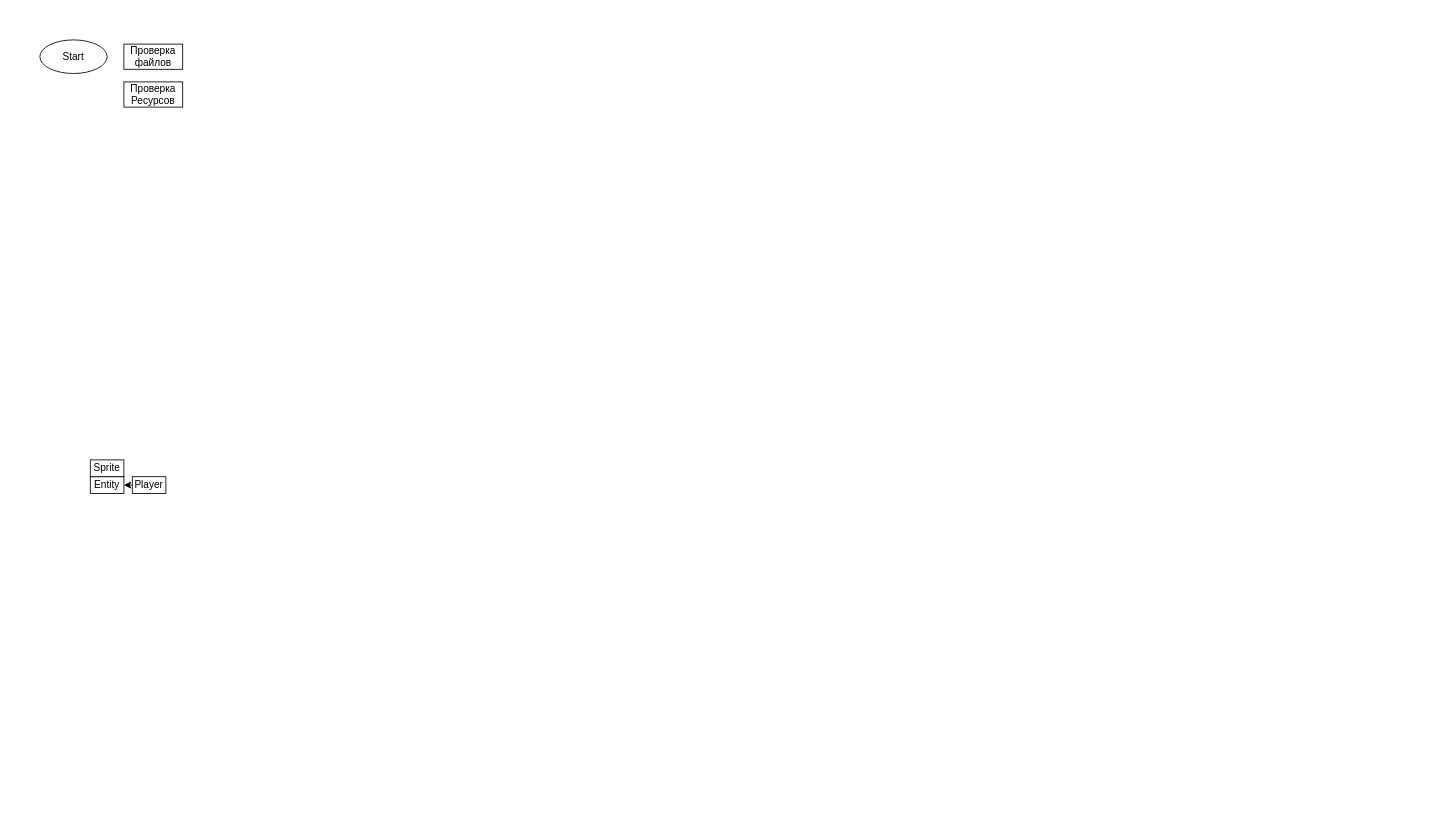
The draw.io diagram draw-io/logic.drawio in Niko-n-DEV/bevy_proj, before the edit. Source tidied: cells renumbered, new cells numbered last; positions are measured from the earlier drawing's top-left corner, leaving out a move shared by most shapes. Both pictures are drawn from the tidied source at 84%, with x=0, y=0 at pixel (39, 39).
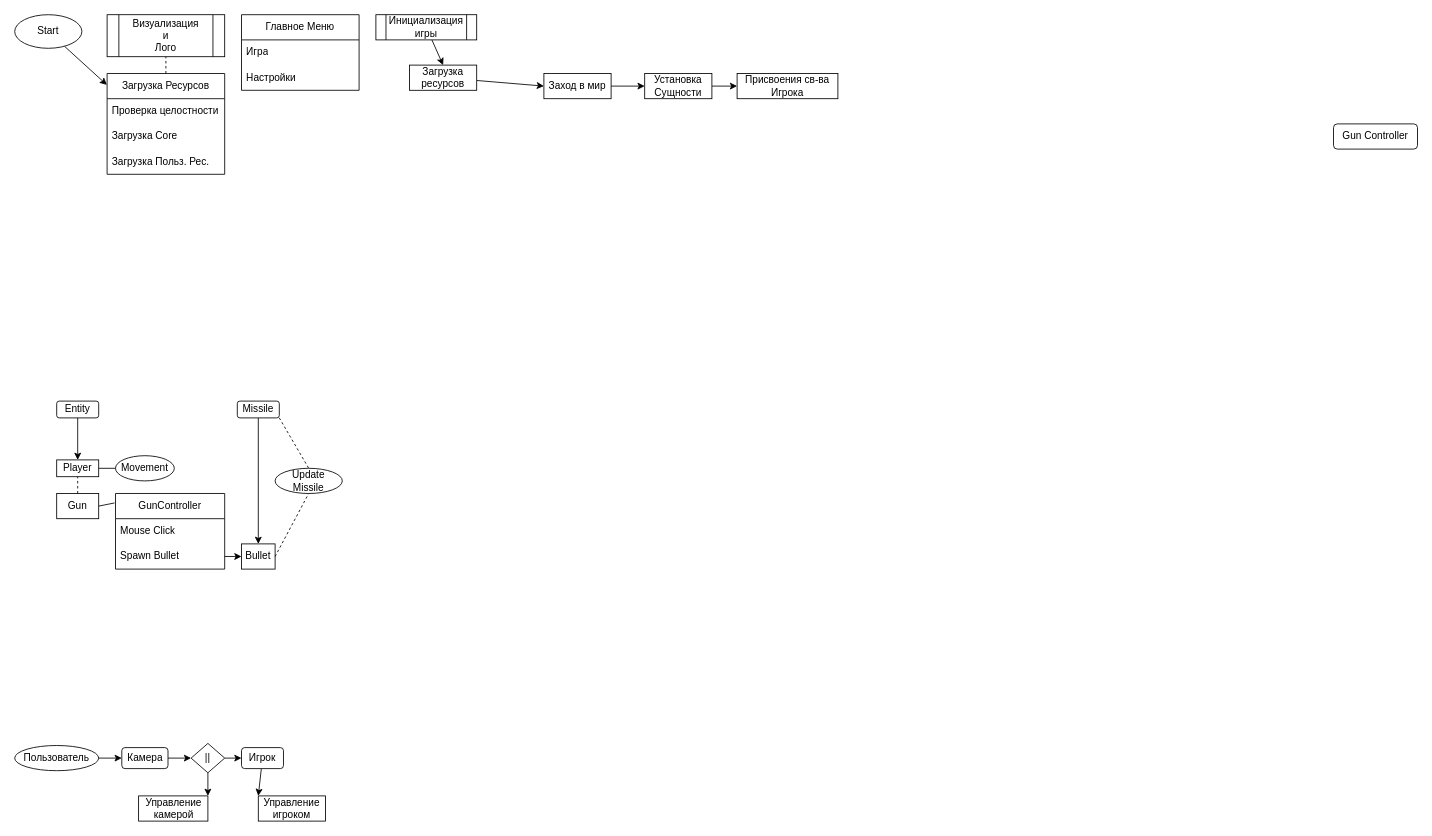
The same diagram, later.

Change to the diagram source:
```diff
@@
+    <mxCell id="9" style="edgeStyle=none;html=1;entryX=-0.002;entryY=0.113;entryDx=0;entryDy=0;entryPerimeter=0;" parent="1" edge="1" source="2" target="26">
+      <mxGeometry relative="1" as="geometry" />
+    </mxCell>
     <mxCell id="2" value="Start" style="ellipse;whiteSpace=wrap;html=1;" parent="1" vertex="1">
-      <mxGeometry width="80" height="40" as="geometry" />
+      <mxGeometry x="-30" y="-30" width="80" height="40" as="geometry" />
     </mxCell>
-    <mxCell id="3" value="Проверка&lt;br&gt;файлов" style="rounded=0;whiteSpace=wrap;html=1;" parent="1" vertex="1">
-      <mxGeometry x="100" y="5" width="70" height="30" as="geometry" />
-    </mxCell>
-    <mxCell id="4" value="Проверка&lt;br&gt;Ресурсов" style="rounded=0;whiteSpace=wrap;html=1;" parent="1" vertex="1">
-      <mxGeometry x="100" y="50" width="70" height="30" as="geometry" />
-    </mxCell>
+    <mxCell id="7" value="Player" style="rounded=0;whiteSpace=wrap;html=1;" parent="1" vertex="1">
+      <mxGeometry x="20" y="500" width="50" height="20" as="geometry" />
+    </mxCell>
+    <mxCell id="10" value="Gun" style="rounded=0;whiteSpace=wrap;html=1;" parent="1" vertex="1">
+      <mxGeometry x="20" y="540" width="50" height="30" as="geometry" />
+    </mxCell>
+    <mxCell id="11" style="endArrow=none;dashed=1;html=1;entryX=0.5;entryY=1;entryDx=0;entryDy=0;exitX=0.5;exitY=0;exitDx=0;exitDy=0;" parent="1" edge="1" source="10" target="7">
+      <mxGeometry relative="1" as="geometry" />
+    </mxCell>
+    <mxCell id="12" style="endArrow=none;html=1;exitX=1;exitY=0.5;exitDx=0;exitDy=0;entryX=-0.009;entryY=0.125;entryDx=0;entryDy=0;entryPerimeter=0;" parent="1" edge="1" source="10" target="15">
+      <mxGeometry relative="1" as="geometry" />
+    </mxCell>
+    <mxCell id="13" value="Movement" style="ellipse;whiteSpace=wrap;html=1;" parent="1" vertex="1">
+      <mxGeometry x="90" y="495" width="70" height="30" as="geometry" />
+    </mxCell>
+    <mxCell id="14" style="endArrow=none;html=1;exitX=1;exitY=0.5;exitDx=0;exitDy=0;entryX=0;entryY=0.5;entryDx=0;entryDy=0;" parent="1" edge="1" source="7" target="13">
+      <mxGeometry relative="1" as="geometry" />
+    </mxCell>
+    <mxCell id="15" value="GunController" style="swimlane;fontStyle=0;horizontal=1;startSize=30;whiteSpace=wrap;html=1;" parent="1" vertex="1">
+      <mxGeometry x="90" y="540" width="130" height="90" as="geometry" />
+    </mxCell>
+    <mxCell id="16" value="Mouse Click" style="text;strokeColor=none;fillColor=none;align=left;verticalAlign=middle;spacingLeft=4;spacingRight=4;overflow=hidden;whiteSpace=wrap;html=1;" parent="15" vertex="1">
+      <mxGeometry y="30" width="130" height="30" as="geometry" />
+    </mxCell>
+    <mxCell id="17" value="Spawn Bullet" style="text;strokeColor=none;fillColor=none;align=left;verticalAlign=middle;spacingLeft=4;spacingRight=4;overflow=hidden;points=[[0,0.5],[1,0.5]];portConstraint=eastwest;whiteSpace=wrap;html=1;" parent="15" vertex="1">
+      <mxGeometry y="60" width="130" height="30" as="geometry" />
+    </mxCell>
+    <mxCell id="18" style="endArrow=classic;html=1;exitX=1;exitY=0.5;exitDx=0;exitDy=0;entryX=0;entryY=0.5;entryDx=0;entryDy=0;" parent="1" edge="1" source="17" target="19">
+      <mxGeometry relative="1" as="geometry" />
+    </mxCell>
+    <mxCell id="19" value="Bullet" style="rounded=0;whiteSpace=wrap;html=1;" parent="1" vertex="1">
+      <mxGeometry x="240" y="600" width="40" height="30" as="geometry" />
+    </mxCell>
+    <mxCell id="20" style="edgeStyle=none;html=1;" parent="1" edge="1" source="5" target="7">
+      <mxGeometry relative="1" as="geometry" />
+    </mxCell>
-    <mxCell id="5" value="Entity" style="rounded=0;whiteSpace=wrap;html=1;" parent="1" vertex="1">
-      <mxGeometry x="60" y="520" width="40" height="20" as="geometry" />
+    <mxCell id="5" value="Entity" style="rounded=1;whiteSpace=wrap;html=1;" parent="1" vertex="1">
+      <mxGeometry x="20" y="430" width="50" height="20" as="geometry" />
     </mxCell>
-    <mxCell id="6" value="Sprite" style="rounded=0;whiteSpace=wrap;html=1;" parent="1" vertex="1">
-      <mxGeometry x="60" y="500" width="40" height="20" as="geometry" />
-    </mxCell>
-    <mxCell id="7" style="edgeStyle=none;html=1;" parent="1" edge="1" source="8" target="5">
-      <mxGeometry relative="1" as="geometry" />
-    </mxCell>
-    <mxCell id="8" value="Player" style="rounded=0;whiteSpace=wrap;html=1;" parent="1" vertex="1">
-      <mxGeometry x="110" y="520" width="40" height="20" as="geometry" />
-    </mxCell>
+    <mxCell id="21" style="edgeStyle=none;html=1;" parent="1" edge="1" source="22" target="19">
+      <mxGeometry relative="1" as="geometry" />
+    </mxCell>
+    <mxCell id="22" value="Missile" style="rounded=1;whiteSpace=wrap;html=1;" parent="1" vertex="1">
+      <mxGeometry x="235" y="430" width="50" height="20" as="geometry" />
+    </mxCell>
+    <mxCell id="23" value="Update&lt;br&gt;Missile" style="ellipse;whiteSpace=wrap;html=1;" parent="1" vertex="1">
+      <mxGeometry x="280" y="510" width="80" height="30" as="geometry" />
+    </mxCell>
+    <mxCell id="24" style="endArrow=none;dashed=1;html=1;exitX=1;exitY=1;exitDx=0;exitDy=0;entryX=0.5;entryY=0;entryDx=0;entryDy=0;" parent="1" edge="1" source="22" target="23">
+      <mxGeometry relative="1" as="geometry" />
+    </mxCell>
+    <mxCell id="25" style="endArrow=none;dashed=1;html=1;exitX=1;exitY=0.5;exitDx=0;exitDy=0;entryX=0.5;entryY=1;entryDx=0;entryDy=0;" parent="1" edge="1" source="19" target="23">
+      <mxGeometry relative="1" as="geometry" />
+    </mxCell>
+    <mxCell id="26" value="Загрузка Ресурсов" style="swimlane;fontStyle=0;horizontal=1;startSize=30;whiteSpace=wrap;html=1;" parent="1" vertex="1">
+      <mxGeometry x="80" y="40" width="140" height="120" as="geometry" />
+    </mxCell>
+    <mxCell id="27" value="Проверка целостности" style="text;strokeColor=none;fillColor=none;align=left;verticalAlign=middle;spacingLeft=4;spacingRight=4;overflow=hidden;whiteSpace=wrap;html=1;" parent="26" vertex="1">
+      <mxGeometry y="30" width="140" height="30" as="geometry" />
+    </mxCell>
+    <mxCell id="28" value="Загрузка Core" style="text;strokeColor=none;fillColor=none;align=left;verticalAlign=middle;spacingLeft=4;spacingRight=4;overflow=hidden;whiteSpace=wrap;html=1;" parent="26" vertex="1">
+      <mxGeometry y="60" width="140" height="30" as="geometry" />
+    </mxCell>
+    <mxCell id="29" value="Загрузка Польз. Рес." style="text;strokeColor=none;fillColor=none;align=left;verticalAlign=middle;spacingLeft=4;spacingRight=4;overflow=hidden;whiteSpace=wrap;html=1;" parent="26" vertex="1">
+      <mxGeometry y="90" width="140" height="30" as="geometry" />
+    </mxCell>
+    <mxCell id="30" value="Визуализация&lt;br&gt;и&lt;br&gt;Лого" style="shape=process;whiteSpace=wrap;html=1;backgroundOutline=1;" parent="1" vertex="1">
+      <mxGeometry x="80" y="-30" width="140" height="50" as="geometry" />
+    </mxCell>
+    <mxCell id="31" style="endArrow=none;dashed=1;html=1;entryX=0.5;entryY=1;entryDx=0;entryDy=0;exitX=0.5;exitY=0;exitDx=0;exitDy=0;" parent="1" edge="1" source="26" target="30">
+      <mxGeometry relative="1" as="geometry" />
+    </mxCell>
+    <mxCell id="32" value="Главное Меню" style="swimlane;fontStyle=0;horizontal=1;startSize=30;whiteSpace=wrap;html=1;" parent="1" vertex="1">
+      <mxGeometry x="240" y="-30" width="140" height="90" as="geometry" />
+    </mxCell>
+    <mxCell id="33" value="Игра" style="text;strokeColor=none;fillColor=none;align=left;verticalAlign=middle;spacingLeft=4;spacingRight=4;overflow=hidden;whiteSpace=wrap;html=1;" parent="32" vertex="1">
+      <mxGeometry y="30" width="140" height="30" as="geometry" />
+    </mxCell>
+    <mxCell id="34" value="Настройки" style="text;strokeColor=none;fillColor=none;align=left;verticalAlign=middle;spacingLeft=4;spacingRight=4;overflow=hidden;whiteSpace=wrap;html=1;" parent="32" vertex="1">
+      <mxGeometry y="60" width="140" height="30" as="geometry" />
+    </mxCell>
+    <mxCell id="35" style="edgeStyle=none;html=1;entryX=0.5;entryY=0;entryDx=0;entryDy=0;" parent="1" edge="1" source="36" target="38">
+      <mxGeometry relative="1" as="geometry" />
+    </mxCell>
+    <mxCell id="36" value="Инициализация игры" style="shape=process;whiteSpace=wrap;html=1;backgroundOutline=1;" parent="1" vertex="1">
+      <mxGeometry x="400" y="-30" width="120" height="30" as="geometry" />
+    </mxCell>
+    <mxCell id="37" style="edgeStyle=none;html=1;entryX=0;entryY=0.5;entryDx=0;entryDy=0;" parent="1" edge="1" source="38" target="40">
+      <mxGeometry relative="1" as="geometry" />
+    </mxCell>
+    <mxCell id="38" value="Загрузка ресурсов" style="rounded=0;whiteSpace=wrap;html=1;" parent="1" vertex="1">
+      <mxGeometry x="440" y="30" width="80" height="30" as="geometry" />
+    </mxCell>
+    <mxCell id="39" style="edgeStyle=none;html=1;entryX=0;entryY=0.5;entryDx=0;entryDy=0;" parent="1" edge="1" source="40" target="42">
+      <mxGeometry relative="1" as="geometry" />
+    </mxCell>
+    <mxCell id="40" value="Заход в мир" style="rounded=0;whiteSpace=wrap;html=1;" parent="1" vertex="1">
+      <mxGeometry x="600" y="40" width="80" height="30" as="geometry" />
+    </mxCell>
+    <mxCell id="41" style="edgeStyle=none;html=1;entryX=0;entryY=0.5;entryDx=0;entryDy=0;" parent="1" edge="1" source="42" target="43">
+      <mxGeometry relative="1" as="geometry" />
+    </mxCell>
+    <mxCell id="42" value="Установка&lt;br&gt;Сущности" style="rounded=0;whiteSpace=wrap;html=1;" parent="1" vertex="1">
+      <mxGeometry x="720" y="40" width="80" height="30" as="geometry" />
+    </mxCell>
+    <mxCell id="43" value="Присвоения св-ва&lt;br&gt;Игрока" style="rounded=0;whiteSpace=wrap;html=1;" parent="1" vertex="1">
+      <mxGeometry x="830" y="40" width="120" height="30" as="geometry" />
+    </mxCell>
+    <mxCell id="44" value="Gun Controller" style="rounded=1;whiteSpace=wrap;html=1;" parent="1" vertex="1">
+      <mxGeometry x="1540" y="100" width="100" height="30" as="geometry" />
+    </mxCell>
+    <mxCell id="45" style="edgeStyle=none;html=1;" parent="1" edge="1" source="46" target="48">
+      <mxGeometry relative="1" as="geometry" />
+    </mxCell>
+    <mxCell id="46" value="Пользователь" style="ellipse;whiteSpace=wrap;html=1;" parent="1" vertex="1">
+      <mxGeometry x="-30" y="840" width="100" height="30" as="geometry" />
+    </mxCell>
+    <mxCell id="47" style="edgeStyle=none;html=1;entryX=0;entryY=0.5;entryDx=0;entryDy=0;" parent="1" edge="1" source="48" target="51">
+      <mxGeometry relative="1" as="geometry" />
+    </mxCell>
+    <mxCell id="48" value="Камера" style="rounded=1;whiteSpace=wrap;html=1;" parent="1" vertex="1">
+      <mxGeometry x="97.5" y="842.5" width="55" height="25" as="geometry" />
+    </mxCell>
+    <mxCell id="49" style="edgeStyle=none;html=1;entryX=1;entryY=0;entryDx=0;entryDy=0;" parent="1" edge="1" source="51" target="52">
+      <mxGeometry relative="1" as="geometry" />
+    </mxCell>
+    <mxCell id="50" style="edgeStyle=none;html=1;entryX=0;entryY=0.5;entryDx=0;entryDy=0;" parent="1" edge="1" source="51" target="54">
+      <mxGeometry relative="1" as="geometry" />
+    </mxCell>
+    <mxCell id="51" value="||" style="rhombus;whiteSpace=wrap;html=1;" parent="1" vertex="1">
+      <mxGeometry x="180" y="837.5" width="40" height="35" as="geometry" />
+    </mxCell>
+    <mxCell id="52" value="Управление камерой" style="rounded=0;whiteSpace=wrap;html=1;" parent="1" vertex="1">
+      <mxGeometry x="117.5" y="900" width="82.5" height="30" as="geometry" />
+    </mxCell>
+    <mxCell id="53" style="edgeStyle=none;html=1;entryX=0;entryY=0;entryDx=0;entryDy=0;" parent="1" edge="1" source="54" target="55">
+      <mxGeometry relative="1" as="geometry" />
+    </mxCell>
+    <mxCell id="54" value="Игрок" style="rounded=1;whiteSpace=wrap;html=1;" parent="1" vertex="1">
+      <mxGeometry x="240" y="842.5" width="50" height="25" as="geometry" />
+    </mxCell>
+    <mxCell id="55" value="Управление игроком" style="rounded=0;whiteSpace=wrap;html=1;" parent="1" vertex="1">
+      <mxGeometry x="260" y="900" width="80" height="30" as="geometry" />
+    </mxCell>
```
